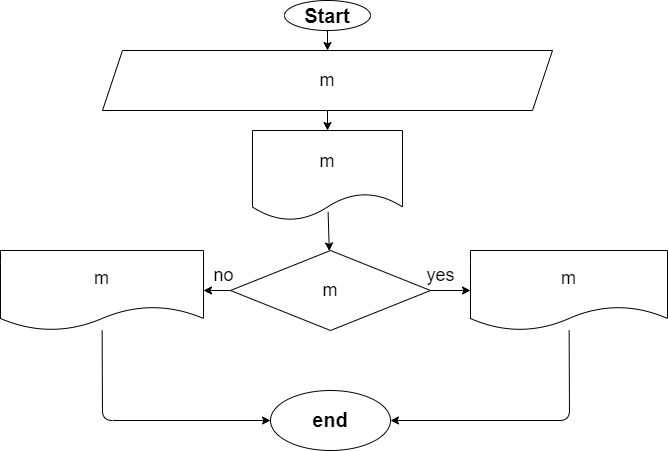
Above: Example012_Task8/algorithm.drawio.png in TayaInakova/C_Sharp (draw.io), before the change. Source tidied: cells renumbered, new cells last; positions are measured from the earlier drawing's top-left corner, leaving out a move shared by most shapes.
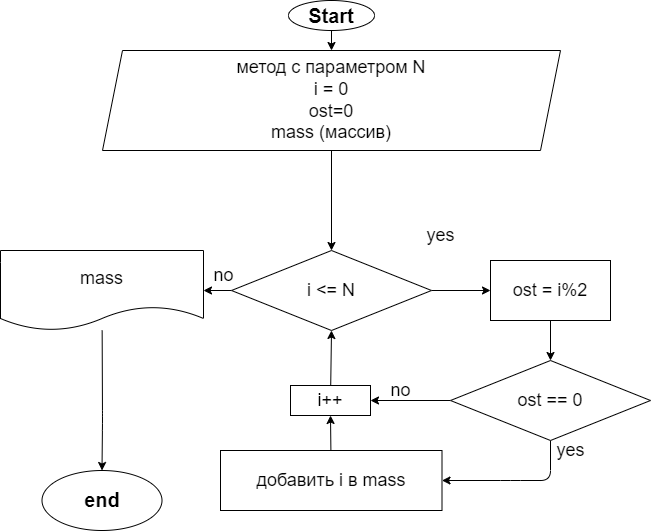
After the change.

Change to the diagram source:
```diff
@@ -2,61 +2,83 @@
   <root>
     <mxCell id="0" />
     <mxCell id="1" parent="0" />
-    <mxCell id="2" style="edgeStyle=none;html=1;fontSize=20;" parent="1" edge="1" source="3" target="6">
-      <mxGeometry relative="1" as="geometry" />
-    </mxCell>
+    <mxCell id="18" style="edgeStyle=none;html=1;fontSize=20;" parent="1" edge="1" source="3" target="20">
+      <mxGeometry relative="1" as="geometry" />
+    </mxCell>
     <mxCell id="3" value="&lt;font style=&quot;font-size: 20px&quot;&gt;&lt;b&gt;Start&lt;/b&gt;&lt;/font&gt;" style="ellipse;whiteSpace=wrap;html=1;" parent="1" vertex="1">
-      <mxGeometry x="284" width="86" height="30" as="geometry" />
+      <mxGeometry x="288" width="86" height="30" as="geometry" />
     </mxCell>
-    <mxCell id="4" style="edgeStyle=none;html=1;fontSize=18;exitX=0.504;exitY=0.904;exitDx=0;exitDy=0;exitPerimeter=0;" parent="1" edge="1" source="16" target="9">
-      <mxGeometry relative="1" as="geometry" />
-    </mxCell>
-    <mxCell id="5" style="edgeStyle=none;html=1;fontSize=18;exitX=0.5;exitY=1;exitDx=0;exitDy=0;entryX=0.5;entryY=0;entryDx=0;entryDy=0;" parent="1" edge="1" source="6" target="16">
-      <mxGeometry relative="1" as="geometry" />
-    </mxCell>
-    <mxCell id="6" value="&lt;font style=&quot;font-size: 18px&quot;&gt;m&lt;br&gt;&lt;/font&gt;" style="shape=parallelogram;perimeter=parallelogramPerimeter;whiteSpace=wrap;html=1;fixedSize=1;" parent="1" vertex="1">
-      <mxGeometry x="102" y="50" width="450" height="60" as="geometry" />
-    </mxCell>
-    <mxCell id="7" style="edgeStyle=none;html=1;fontSize=18;" parent="1" edge="1" source="9" target="11">
-      <mxGeometry relative="1" as="geometry" />
-    </mxCell>
-    <mxCell id="8" style="edgeStyle=none;html=1;fontSize=18;" parent="1" edge="1" source="9" target="14">
-      <mxGeometry relative="1" as="geometry" />
-    </mxCell>
-    <mxCell id="9" value="m" style="rhombus;whiteSpace=wrap;html=1;fontSize=18;" parent="1" vertex="1">
-      <mxGeometry x="230" y="250" width="200" height="80" as="geometry" />
-    </mxCell>
-    <mxCell id="10" style="edgeStyle=none;html=1;fontSize=18;entryX=1;entryY=0.5;entryDx=0;entryDy=0;" parent="1" edge="1" source="11" target="17">
-      <mxGeometry relative="1" as="geometry">
-        <Array as="points">
-          <mxPoint x="569" y="420" />
-        </Array>
-      </mxGeometry>
-    </mxCell>
-    <mxCell id="11" value="m" style="shape=document;whiteSpace=wrap;html=1;boundedLbl=1;fontSize=18;" parent="1" vertex="1">
-      <mxGeometry x="470" y="250" width="197" height="80" as="geometry" />
-    </mxCell>
-    <mxCell id="12" value="yes" style="text;html=1;align=center;verticalAlign=middle;strokeColor=none;fillColor=none;fontSize=18;" parent="1" vertex="1">
-      <mxGeometry x="420" y="260" width="40" height="30" as="geometry" />
-    </mxCell>
-    <mxCell id="13" style="edgeStyle=none;html=1;fontSize=18;entryX=0;entryY=0.5;entryDx=0;entryDy=0;" parent="1" edge="1" source="14" target="17">
-      <mxGeometry relative="1" as="geometry">
-        <Array as="points">
-          <mxPoint x="102" y="420" />
-        </Array>
-      </mxGeometry>
-    </mxCell>
-    <mxCell id="14" value="&lt;span&gt;m&lt;/span&gt;" style="shape=document;whiteSpace=wrap;html=1;boundedLbl=1;fontSize=18;" parent="1" vertex="1">
-      <mxGeometry y="250" width="203" height="80" as="geometry" />
-    </mxCell>
+    <mxCell id="19" style="edgeStyle=none;html=1;fontSize=18;exitX=0.5;exitY=1;exitDx=0;exitDy=0;" parent="1" edge="1" source="20" target="23">
+      <mxGeometry relative="1" as="geometry" />
+    </mxCell>
+    <mxCell id="20" value="&lt;font style=&quot;font-size: 18px&quot;&gt;метод с параметром N&lt;br&gt;i = 0&lt;br&gt;ost=0&lt;br&gt;mass (массив)&lt;br&gt;&lt;/font&gt;" style="shape=parallelogram;perimeter=parallelogramPerimeter;whiteSpace=wrap;html=1;fixedSize=1;" parent="1" vertex="1">
+      <mxGeometry x="102" y="50" width="458" height="100" as="geometry" />
+    </mxCell>
+    <mxCell id="21" style="edgeStyle=none;html=1;fontSize=18;" parent="1" edge="1" source="23" target="26">
+      <mxGeometry relative="1" as="geometry" />
+    </mxCell>
+    <mxCell id="22" style="edgeStyle=none;html=1;" parent="1" edge="1" source="23" target="37">
+      <mxGeometry relative="1" as="geometry" />
+    </mxCell>
+    <mxCell id="23" value="i &amp;lt;= N" style="rhombus;whiteSpace=wrap;html=1;fontSize=18;" parent="1" vertex="1">
+      <mxGeometry x="231" y="250" width="200" height="80" as="geometry" />
+    </mxCell>
+    <mxCell id="24" value="yes" style="text;html=1;align=center;verticalAlign=middle;strokeColor=none;fillColor=none;fontSize=18;" parent="1" vertex="1">
+      <mxGeometry x="420" y="220" width="40" height="30" as="geometry" />
+    </mxCell>
+    <mxCell id="25" style="edgeStyle=none;html=1;fontSize=18;entryX=0.5;entryY=0;entryDx=0;entryDy=0;" parent="1" edge="1" source="26" target="17">
+      <mxGeometry relative="1" as="geometry">
+        <Array as="points">
+          <mxPoint x="102" y="420" />
+        </Array>
+      </mxGeometry>
+    </mxCell>
+    <mxCell id="26" value="mass" style="shape=document;whiteSpace=wrap;html=1;boundedLbl=1;fontSize=18;" parent="1" vertex="1">
+      <mxGeometry y="250" width="203" height="80" as="geometry" />
+    </mxCell>
     <mxCell id="15" value="no" style="text;html=1;align=center;verticalAlign=middle;strokeColor=none;fillColor=none;fontSize=18;" parent="1" vertex="1">
       <mxGeometry x="203" y="260" width="40" height="30" as="geometry" />
     </mxCell>
-    <mxCell id="16" value="&lt;span style=&quot;font-size: 18px&quot;&gt;m&lt;/span&gt;" style="shape=document;whiteSpace=wrap;html=1;boundedLbl=1;" parent="1" vertex="1">
-      <mxGeometry x="252" y="130" width="150" height="90" as="geometry" />
-    </mxCell>
     <mxCell id="17" value="&lt;font style=&quot;font-size: 20px&quot;&gt;&lt;b&gt;end&lt;/b&gt;&lt;/font&gt;" style="ellipse;whiteSpace=wrap;html=1;fontSize=18;" parent="1" vertex="1">
-      <mxGeometry x="270" y="390" width="120" height="60" as="geometry" />
+      <mxGeometry x="41.5" y="470" width="120" height="60" as="geometry" />
     </mxCell>
+    <mxCell id="27" style="edgeStyle=none;html=1;entryX=1;entryY=0.5;entryDx=0;entryDy=0;fontSize=18;" parent="1" edge="1" source="29" target="31">
+      <mxGeometry relative="1" as="geometry" />
+    </mxCell>
+    <mxCell id="28" style="edgeStyle=none;html=1;fontSize=18;entryX=1;entryY=0.5;entryDx=0;entryDy=0;" parent="1" edge="1" source="29" target="34">
+      <mxGeometry relative="1" as="geometry">
+        <Array as="points">
+          <mxPoint x="550" y="480" />
+          <mxPoint x="510" y="480" />
+        </Array>
+      </mxGeometry>
+    </mxCell>
+    <mxCell id="29" value="&lt;span style=&quot;font-size: 18px&quot;&gt;ost == 0&lt;br&gt;&lt;/span&gt;" style="rhombus;whiteSpace=wrap;html=1;" parent="1" vertex="1">
+      <mxGeometry x="450" y="360" width="200" height="80" as="geometry" />
+    </mxCell>
+    <mxCell id="30" style="edgeStyle=none;html=1;entryX=0.5;entryY=1;entryDx=0;entryDy=0;fontSize=18;" parent="1" edge="1" source="31" target="23">
+      <mxGeometry relative="1" as="geometry" />
+    </mxCell>
+    <mxCell id="31" value="&lt;font style=&quot;font-size: 18px&quot;&gt;i++&lt;/font&gt;" style="rounded=0;whiteSpace=wrap;html=1;" parent="1" vertex="1">
+      <mxGeometry x="290" y="385" width="80" height="30" as="geometry" />
+    </mxCell>
+    <mxCell id="32" value="no" style="text;html=1;align=center;verticalAlign=middle;strokeColor=none;fillColor=none;fontSize=18;" parent="1" vertex="1">
+      <mxGeometry x="380" y="375" width="40" height="30" as="geometry" />
+    </mxCell>
+    <mxCell id="33" style="edgeStyle=none;html=1;entryX=0.5;entryY=1;entryDx=0;entryDy=0;fontSize=18;" parent="1" edge="1" source="34" target="31">
+      <mxGeometry relative="1" as="geometry" />
+    </mxCell>
+    <mxCell id="34" value="добавить i в mass" style="rounded=0;whiteSpace=wrap;html=1;fontSize=18;" parent="1" vertex="1">
+      <mxGeometry x="220" y="450" width="221.5" height="60" as="geometry" />
+    </mxCell>
+    <mxCell id="35" value="yes" style="text;html=1;align=center;verticalAlign=middle;strokeColor=none;fillColor=none;fontSize=18;" parent="1" vertex="1">
+      <mxGeometry x="550" y="435" width="40" height="30" as="geometry" />
+    </mxCell>
+    <mxCell id="36" style="edgeStyle=none;html=1;entryX=0.5;entryY=0;entryDx=0;entryDy=0;fontSize=18;" parent="1" edge="1" source="37" target="29">
+      <mxGeometry relative="1" as="geometry" />
+    </mxCell>
+    <mxCell id="37" value="&lt;span style=&quot;font-size: 18px&quot;&gt;ost = i%2&lt;br&gt;&lt;/span&gt;" style="rounded=0;whiteSpace=wrap;html=1;" parent="1" vertex="1">
+      <mxGeometry x="490" y="260" width="120" height="60" as="geometry" />
+    </mxCell>
   </root>
 </mxGraphModel>
```
